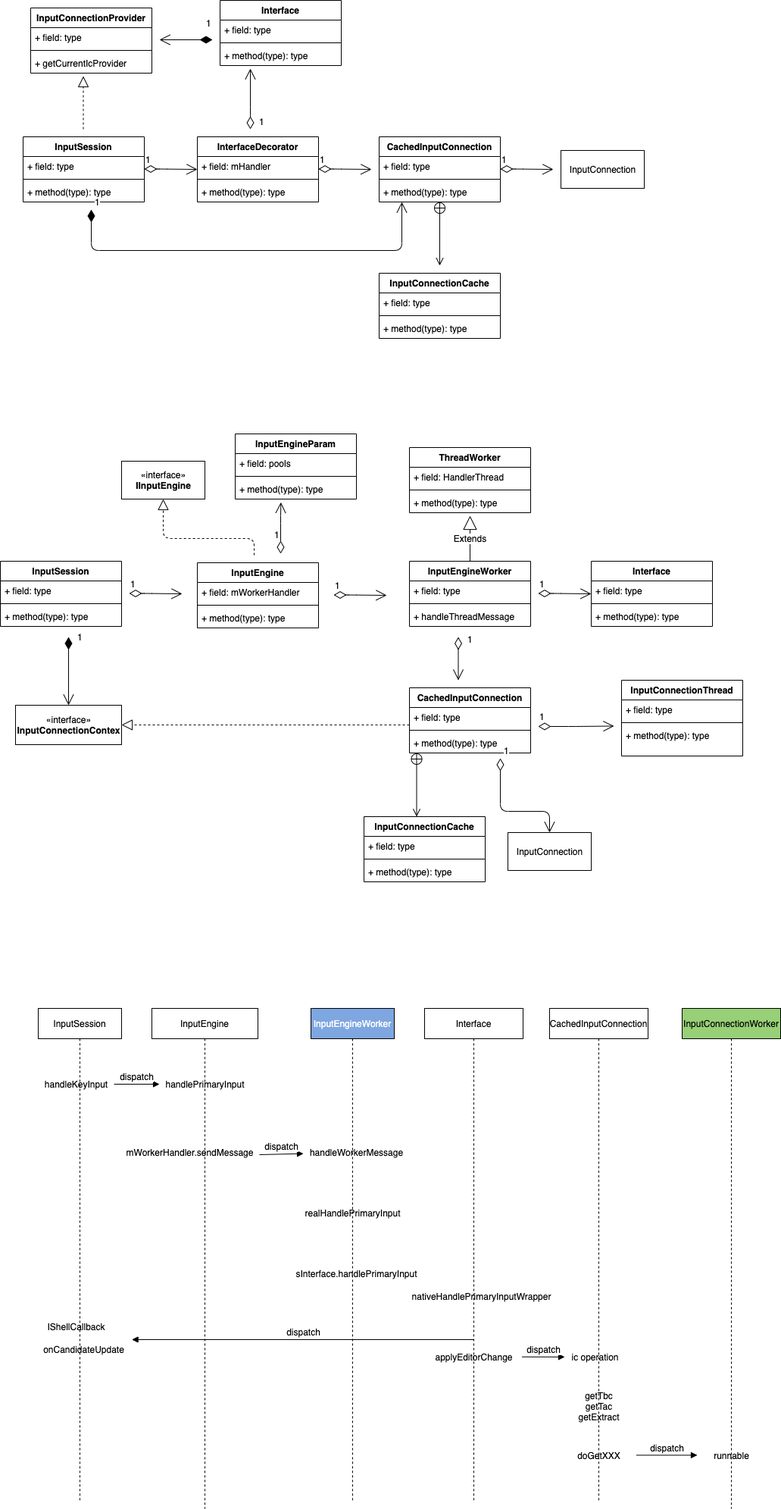
The draw.io diagram input/foreign-input-improve.png in chonglv/charts, before a commit. Source tidied: cells renumbered, new cells last; positions are measured from the earlier drawing's top-left corner, leaving out a move shared by most shapes.
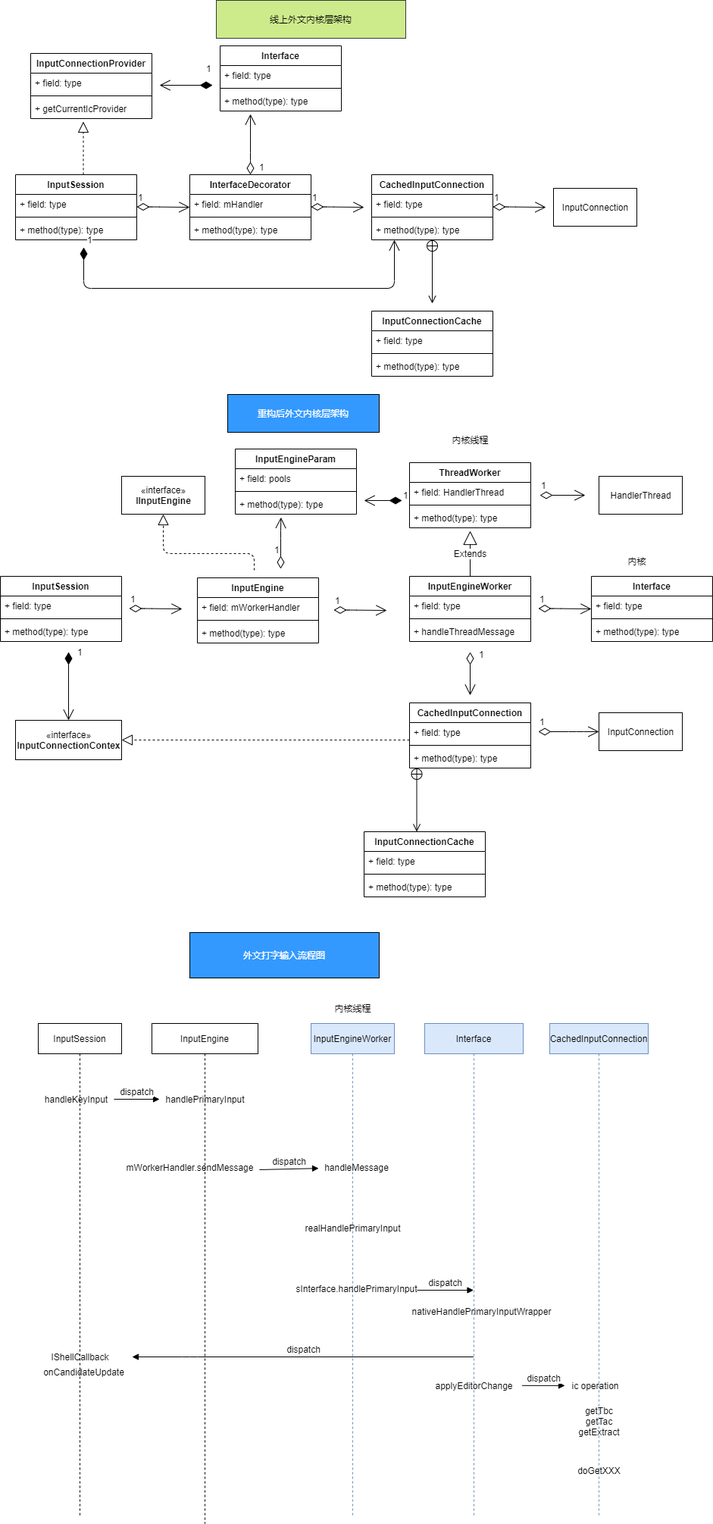
Above is the later version.

The edit, as a diff of the source:
```diff
@@ -5,3 +5,3 @@
     <mxCell id="2" value="InputSession" style="swimlane;fontStyle=1;align=center;verticalAlign=top;horizontal=1;startSize=26;" parent="1" vertex="1">
-      <mxGeometry x="30" y="180" width="160" height="86" as="geometry" />
+      <mxGeometry x="20" y="210" width="160" height="86" as="geometry" />
     </mxCell>
@@ -17,3 +17,3 @@
     <mxCell id="6" value="InterfaceDecorator" style="swimlane;fontStyle=1;align=center;verticalAlign=top;horizontal=1;startSize=26;" parent="1" vertex="1">
-      <mxGeometry x="260" y="180" width="160" height="86" as="geometry" />
+      <mxGeometry x="250" y="210" width="160" height="86" as="geometry" />
     </mxCell>
@@ -29,3 +29,3 @@
     <mxCell id="10" value="CachedInputConnection" style="swimlane;fontStyle=1;align=center;verticalAlign=top;horizontal=1;startSize=26;" parent="1" vertex="1">
-      <mxGeometry x="500" y="180" width="160" height="86" as="geometry" />
+      <mxGeometry x="490" y="210" width="160" height="86" as="geometry" />
     </mxCell>
@@ -41,3 +41,3 @@
     <mxCell id="14" value="InputConnectionCache" style="swimlane;fontStyle=1;align=center;verticalAlign=top;horizontal=1;startSize=26;" parent="1" vertex="1">
-      <mxGeometry x="500" y="360" width="160" height="86" as="geometry" />
+      <mxGeometry x="490" y="390" width="160" height="86" as="geometry" />
     </mxCell>
@@ -54,7 +54,7 @@
       <mxGeometry x="-1" y="3" relative="1" as="geometry">
-        <mxPoint x="190" y="222.5" as="sourcePoint" />
-        <mxPoint x="260" y="223" as="targetPoint" />
+        <mxPoint x="180" y="252.5" as="sourcePoint" />
+        <mxPoint x="250" y="253" as="targetPoint" />
         <Array as="points">
-          <mxPoint x="210" y="223" />
-          <mxPoint x="210" y="223" />
+          <mxPoint x="200" y="253" />
+          <mxPoint x="200" y="253" />
         </Array>
@@ -64,7 +64,7 @@
       <mxGeometry x="-1" y="3" relative="1" as="geometry">
-        <mxPoint x="420" y="222.5" as="sourcePoint" />
-        <mxPoint x="490" y="223" as="targetPoint" />
+        <mxPoint x="410" y="252.5" as="sourcePoint" />
+        <mxPoint x="480" y="253" as="targetPoint" />
         <Array as="points">
-          <mxPoint x="440" y="223" />
-          <mxPoint x="440" y="223" />
+          <mxPoint x="430" y="253" />
+          <mxPoint x="430" y="253" />
         </Array>
@@ -85,3 +85,3 @@
     <mxCell id="24" value="Interface" style="swimlane;fontStyle=1;align=center;verticalAlign=top;horizontal=1;startSize=26;" parent="1" vertex="1">
-      <mxGeometry x="290" width="160" height="86" as="geometry" />
+      <mxGeometry x="290" y="40" width="160" height="86" as="geometry" />
     </mxCell>
@@ -146,4 +146,4 @@
       <mxGeometry relative="1" as="geometry">
-        <mxPoint x="580" y="266" as="sourcePoint" />
-        <mxPoint x="580" y="350" as="targetPoint" />
+        <mxPoint x="570" y="296" as="sourcePoint" />
+        <mxPoint x="570" y="380" as="targetPoint" />
       </mxGeometry>
@@ -180,7 +180,6 @@
       <mxGeometry x="-0.56" y="10" relative="1" as="geometry">
-        <mxPoint x="604.5" y="840" as="sourcePoint" />
-        <mxPoint x="604.5" y="897" as="targetPoint" />
+        <mxPoint x="620" y="840" as="sourcePoint" />
+        <mxPoint x="620" y="897" as="targetPoint" />
         <Array as="points">
-          <mxPoint x="604.5" y="840" />
-          <mxPoint x="604.5" y="840" />
+          <mxPoint x="620" y="897" />
         </Array>
@@ -218,24 +217,2 @@
     </mxCell>
-    <mxCell id="59" value="1" style="endArrow=open;html=1;endSize=12;startArrow=diamondThin;startSize=14;startFill=0;edgeStyle=orthogonalEdgeStyle;align=left;verticalAlign=bottom;" parent="1" edge="1">
-      <mxGeometry x="-1" y="3" relative="1" as="geometry">
-        <mxPoint x="710" y="958" as="sourcePoint" />
-        <mxPoint x="810" y="957.5" as="targetPoint" />
-        <Array as="points">
-          <mxPoint x="760" y="957.5" />
-          <mxPoint x="760" y="957.5" />
-        </Array>
-      </mxGeometry>
-    </mxCell>
-    <mxCell id="60" value="InputConnectionThread" style="swimlane;fontStyle=1;align=center;verticalAlign=top;horizontal=1;startSize=26;" parent="1" vertex="1">
-      <mxGeometry x="820" y="897" width="160" height="100" as="geometry" />
-    </mxCell>
-    <mxCell id="61" value="+ field: type" style="text;strokeColor=none;fillColor=none;align=left;verticalAlign=top;spacingLeft=4;spacingRight=4;overflow=hidden;" parent="60" vertex="1">
-      <mxGeometry y="26" width="160" height="26" as="geometry" />
-    </mxCell>
-    <mxCell id="62" style="line;strokeWidth=1;fillColor=none;align=left;verticalAlign=middle;spacingTop=-1;spacingLeft=3;spacingRight=3;labelPosition=right;" parent="60" vertex="1">
-      <mxGeometry y="52" width="160" height="8" as="geometry" />
-    </mxCell>
-    <mxCell id="63" value="+ method(type): type" style="text;strokeColor=none;fillColor=none;align=left;verticalAlign=top;spacingLeft=4;spacingRight=4;overflow=hidden;" parent="60" vertex="1">
-      <mxGeometry y="60" width="160" height="40" as="geometry" />
-    </mxCell>
     <mxCell id="64" value="1" style="endArrow=open;html=1;endSize=12;startArrow=diamondThin;startSize=14;startFill=0;edgeStyle=orthogonalEdgeStyle;align=left;verticalAlign=bottom;" parent="1" edge="1">
@@ -261,3 +238,3 @@
     <mxCell id="66" value="InputConnection" style="html=1;" parent="1" vertex="1">
-      <mxGeometry x="740" y="198" width="110" height="50" as="geometry" />
+      <mxGeometry x="730" y="228" width="110" height="50" as="geometry" />
     </mxCell>
@@ -265,7 +242,7 @@
       <mxGeometry x="-1" y="3" relative="1" as="geometry">
-        <mxPoint x="660" y="222.5" as="sourcePoint" />
-        <mxPoint x="730" y="223" as="targetPoint" />
+        <mxPoint x="650" y="252.5" as="sourcePoint" />
+        <mxPoint x="720" y="253" as="targetPoint" />
         <Array as="points">
-          <mxPoint x="680" y="223" />
-          <mxPoint x="680" y="223" />
+          <mxPoint x="670" y="253" />
+          <mxPoint x="670" y="253" />
         </Array>
@@ -274,3 +251,3 @@
     <mxCell id="68" value="InputConnection" style="html=1;" parent="1" vertex="1">
-      <mxGeometry x="670" y="1098" width="110" height="50" as="geometry" />
+      <mxGeometry x="790" y="920" width="110" height="50" as="geometry" />
     </mxCell>
@@ -278,7 +255,7 @@
       <mxGeometry x="-1" y="-10" relative="1" as="geometry">
-        <mxPoint x="330" y="170" as="sourcePoint" />
-        <mxPoint x="330" y="90" as="targetPoint" />
+        <mxPoint x="330" y="210" as="sourcePoint" />
+        <mxPoint x="330" y="130" as="targetPoint" />
         <Array as="points">
-          <mxPoint x="330" y="151" />
-          <mxPoint x="330" y="151" />
+          <mxPoint x="330" y="191" />
+          <mxPoint x="330" y="191" />
         </Array>
@@ -287,3 +264,3 @@
     <mxCell id="70" value="InputConnectionProvider" style="swimlane;fontStyle=1;align=center;verticalAlign=top;horizontal=1;startSize=26;" parent="1" vertex="1">
-      <mxGeometry x="40" y="10" width="160" height="86" as="geometry" />
+      <mxGeometry x="40" y="50" width="160" height="86" as="geometry" />
     </mxCell>
@@ -300,4 +277,4 @@
       <mxGeometry relative="1" as="geometry">
-        <mxPoint x="109.5" y="170" as="sourcePoint" />
-        <mxPoint x="109.5" y="100" as="targetPoint" />
+        <mxPoint x="109.5" y="210" as="sourcePoint" />
+        <mxPoint x="109.5" y="140" as="targetPoint" />
       </mxGeometry>
@@ -306,4 +283,4 @@
       <mxGeometry x="-0.71" y="-12" relative="1" as="geometry">
-        <mxPoint x="280" y="52" as="sourcePoint" />
-        <mxPoint x="210" y="52" as="targetPoint" />
+        <mxPoint x="280" y="92" as="sourcePoint" />
+        <mxPoint x="210" y="92" as="targetPoint" />
       </mxGeometry>
@@ -312,7 +289,7 @@
       <mxGeometry x="-1" y="3" relative="1" as="geometry">
-        <mxPoint x="120" y="276" as="sourcePoint" />
-        <mxPoint x="530" y="266" as="targetPoint" />
+        <mxPoint x="110" y="306" as="sourcePoint" />
+        <mxPoint x="520" y="296" as="targetPoint" />
         <Array as="points">
-          <mxPoint x="120" y="330" />
-          <mxPoint x="530" y="330" />
+          <mxPoint x="110" y="360" />
+          <mxPoint x="520" y="360" />
         </Array>
@@ -356,6 +333,6 @@
       <mxGeometry x="-1" y="3" relative="1" as="geometry">
-        <mxPoint x="660" y="1000" as="sourcePoint" />
+        <mxPoint x="710" y="945" as="sourcePoint" />
         <Array as="points">
-          <mxPoint x="660" y="1070" />
-          <mxPoint x="725" y="1070" />
+          <mxPoint x="760" y="945" />
+          <mxPoint x="760" y="945" />
         </Array>
@@ -366,7 +343,4 @@
     </mxCell>
-    <mxCell id="87" value="IShellCallback" style="text;html=1;align=center;verticalAlign=middle;" parent="86" vertex="1">
-      <mxGeometry x="5" y="410" width="90" height="20" as="geometry" />
-    </mxCell>
     <mxCell id="88" value="onCandidateUpdate" style="text;html=1;align=center;verticalAlign=middle;points=[];" parent="86" vertex="1">
-      <mxGeometry y="440" width="120" height="20" as="geometry" />
+      <mxGeometry y="450" width="120" height="20" as="geometry" />
     </mxCell>
@@ -378,14 +352,8 @@
     </mxCell>
-    <mxCell id="91" value="&lt;font color=&quot;#ffffff&quot;&gt;InputEngineWorker&lt;/font&gt;" style="shape=umlLifeline;perimeter=lifelinePerimeter;whiteSpace=wrap;html=1;fillColor=#7EA6E0;" parent="1" vertex="1">
+    <mxCell id="91" value="InputEngineWorker" style="shape=umlLifeline;perimeter=lifelinePerimeter;whiteSpace=wrap;html=1;fillColor=#dae8fc;strokeColor=#6c8ebf;" parent="1" vertex="1">
       <mxGeometry x="410" y="1330" width="110" height="650" as="geometry" />
     </mxCell>
-    <mxCell id="92" value="CachedInputConnection" style="shape=umlLifeline;perimeter=lifelinePerimeter;whiteSpace=wrap;html=1;" parent="1" vertex="1">
+    <mxCell id="92" value="CachedInputConnection" style="shape=umlLifeline;perimeter=lifelinePerimeter;whiteSpace=wrap;html=1;fillColor=#dae8fc;strokeColor=#6c8ebf;" parent="1" vertex="1">
       <mxGeometry x="725" y="1330" width="130" height="650" as="geometry" />
     </mxCell>
-    <mxCell id="93" value="InputConnectionWorker" style="shape=umlLifeline;perimeter=lifelinePerimeter;whiteSpace=wrap;html=1;fillColor=#97D077;" parent="1" vertex="1">
-      <mxGeometry x="900" y="1330" width="130" height="660" as="geometry" />
-    </mxCell>
-    <mxCell id="94" value="runnable" style="text;html=1;align=center;verticalAlign=middle;" parent="93" vertex="1">
-      <mxGeometry x="35" y="580" width="60" height="20" as="geometry" />
-    </mxCell>
     <mxCell id="95" value="handleKeyInput" style="text;html=1;align=center;verticalAlign=middle;points=[];" parent="1" vertex="1">
@@ -399,4 +367,4 @@
     </mxCell>
-    <mxCell id="98" value="handleWorkerMessage" style="text;html=1;align=center;verticalAlign=middle;points=[];" parent="1" vertex="1">
-      <mxGeometry x="400" y="1510" width="140" height="20" as="geometry" />
+    <mxCell id="98" value="handleMessage" style="text;html=1;align=center;verticalAlign=middle;points=[];" parent="1" vertex="1">
+      <mxGeometry x="420" y="1510" width="100" height="20" as="geometry" />
     </mxCell>
@@ -413,3 +381,3 @@
     </mxCell>
-    <mxCell id="102" value="Interface" style="shape=umlLifeline;perimeter=lifelinePerimeter;whiteSpace=wrap;html=1;outlineConnect=0;" parent="1" vertex="1">
+    <mxCell id="102" value="Interface" style="shape=umlLifeline;perimeter=lifelinePerimeter;whiteSpace=wrap;html=1;outlineConnect=0;fillColor=#dae8fc;strokeColor=#6c8ebf;" parent="1" vertex="1">
       <mxGeometry x="560" y="1330" width="130" height="650" as="geometry" />
@@ -417,3 +385,3 @@
     <mxCell id="103" value="applyEditorChange" style="text;html=1;align=center;verticalAlign=middle;points=[];" parent="102" vertex="1">
-      <mxGeometry x="5" y="450" width="120" height="20" as="geometry" />
+      <mxGeometry x="5" y="468" width="120" height="20" as="geometry" />
     </mxCell>
@@ -423,3 +391,3 @@
     <mxCell id="105" value="ic operation" style="text;html=1;align=center;verticalAlign=middle;points=[];" parent="1" vertex="1">
-      <mxGeometry x="745" y="1780" width="80" height="20" as="geometry" />
+      <mxGeometry x="745" y="1798" width="80" height="20" as="geometry" />
     </mxCell>
@@ -431,8 +399,2 @@
     </mxCell>
-    <mxCell id="108" value="dispatch" style="html=1;verticalAlign=bottom;endArrow=block;" parent="1" edge="1">
-      <mxGeometry relative="1" as="geometry">
-        <mxPoint x="840" y="1919.5" as="sourcePoint" />
-        <mxPoint x="920" y="1919.5" as="targetPoint" />
-      </mxGeometry>
-    </mxCell>
     <mxCell id="109" value="doGetXXX" style="text;html=1;align=center;verticalAlign=middle;" parent="1" vertex="1">
@@ -440,5 +402,52 @@
     </mxCell>
-    <mxCell id="110" value="dispatch" style="html=1;verticalAlign=bottom;endArrow=block;entryX=1.03;entryY=-0.15;entryDx=0;entryDy=0;entryPerimeter=0;" parent="1" edge="1" source="102" target="88">
-      <mxGeometry relative="1" as="geometry" />
+    <mxCell id="110" value="dispatch" style="html=1;verticalAlign=bottom;endArrow=block;" parent="1" edge="1" source="102">
+      <mxGeometry relative="1" as="geometry">
+        <mxPoint x="174" y="1770" as="targetPoint" />
+        <Array as="points">
+          <mxPoint x="250" y="1770" />
+        </Array>
+      </mxGeometry>
     </mxCell>
+    <mxCell id="111" value="1" style="endArrow=open;html=1;endSize=12;startArrow=diamondThin;startSize=14;startFill=1;edgeStyle=orthogonalEdgeStyle;align=left;verticalAlign=bottom;" parent="1" edge="1">
+      <mxGeometry x="-1" y="3" relative="1" as="geometry">
+        <mxPoint x="530" y="640" as="sourcePoint" />
+        <mxPoint x="480" y="640" as="targetPoint" />
+      </mxGeometry>
+    </mxCell>
+    <mxCell id="112" value="内核" style="text;html=1;align=center;verticalAlign=middle;" parent="1" vertex="1">
+      <mxGeometry x="820" y="710" width="40" height="20" as="geometry" />
+    </mxCell>
+    <mxCell id="113" value="内核线程" style="text;html=1;align=center;verticalAlign=middle;" parent="1" vertex="1">
+      <mxGeometry x="590" y="550" width="60" height="20" as="geometry" />
+    </mxCell>
+    <mxCell id="114" value="HandlerThread" style="html=1;" parent="1" vertex="1">
+      <mxGeometry x="790" y="608" width="110" height="50" as="geometry" />
+    </mxCell>
+    <mxCell id="59" value="1" style="endArrow=open;html=1;endSize=12;startArrow=diamondThin;startSize=14;startFill=0;edgeStyle=orthogonalEdgeStyle;align=left;verticalAlign=bottom;" parent="1" edge="1">
+      <mxGeometry x="-1" y="3" relative="1" as="geometry">
+        <mxPoint x="712" y="633" as="sourcePoint" />
+        <mxPoint x="772" y="633" as="targetPoint" />
+      </mxGeometry>
+    </mxCell>
+    <mxCell id="108" value="dispatch" style="html=1;verticalAlign=bottom;endArrow=block;" parent="1" edge="1">
+      <mxGeometry relative="1" as="geometry">
+        <mxPoint x="550" y="1682" as="sourcePoint" />
+        <mxPoint x="624.5" y="1682" as="targetPoint" />
+      </mxGeometry>
+    </mxCell>
+    <mxCell id="87" value="IShellCallback" style="text;html=1;align=center;verticalAlign=middle;" parent="1" vertex="1">
+      <mxGeometry x="60" y="1760" width="90" height="20" as="geometry" />
+    </mxCell>
+    <mxCell id="115" value="内核线程" style="text;html=1;align=center;verticalAlign=middle;" parent="1" vertex="1">
+      <mxGeometry x="435" y="1300" width="60" height="20" as="geometry" />
+    </mxCell>
+    <mxCell id="116" value="外文打字输入流程图" style="whiteSpace=wrap;html=1;fillColor=#3399FF;fontColor=#FFFFFF;" parent="1" vertex="1">
+      <mxGeometry x="250" y="1210" width="250" height="60" as="geometry" />
+    </mxCell>
+    <mxCell id="117" value="重构后外文内核层架构" style="whiteSpace=wrap;html=1;fillColor=#3399FF;fontColor=#FFFFFF;" parent="1" vertex="1">
+      <mxGeometry x="300" y="500" width="200" height="50" as="geometry" />
+    </mxCell>
+    <mxCell id="118" value="线上外文内核层架构" style="whiteSpace=wrap;html=1;fillColor=#cdeb8b;strokeColor=#36393d;" parent="1" vertex="1">
+      <mxGeometry x="285" y="-20" width="250" height="50" as="geometry" />
+    </mxCell>
   </root>
```
